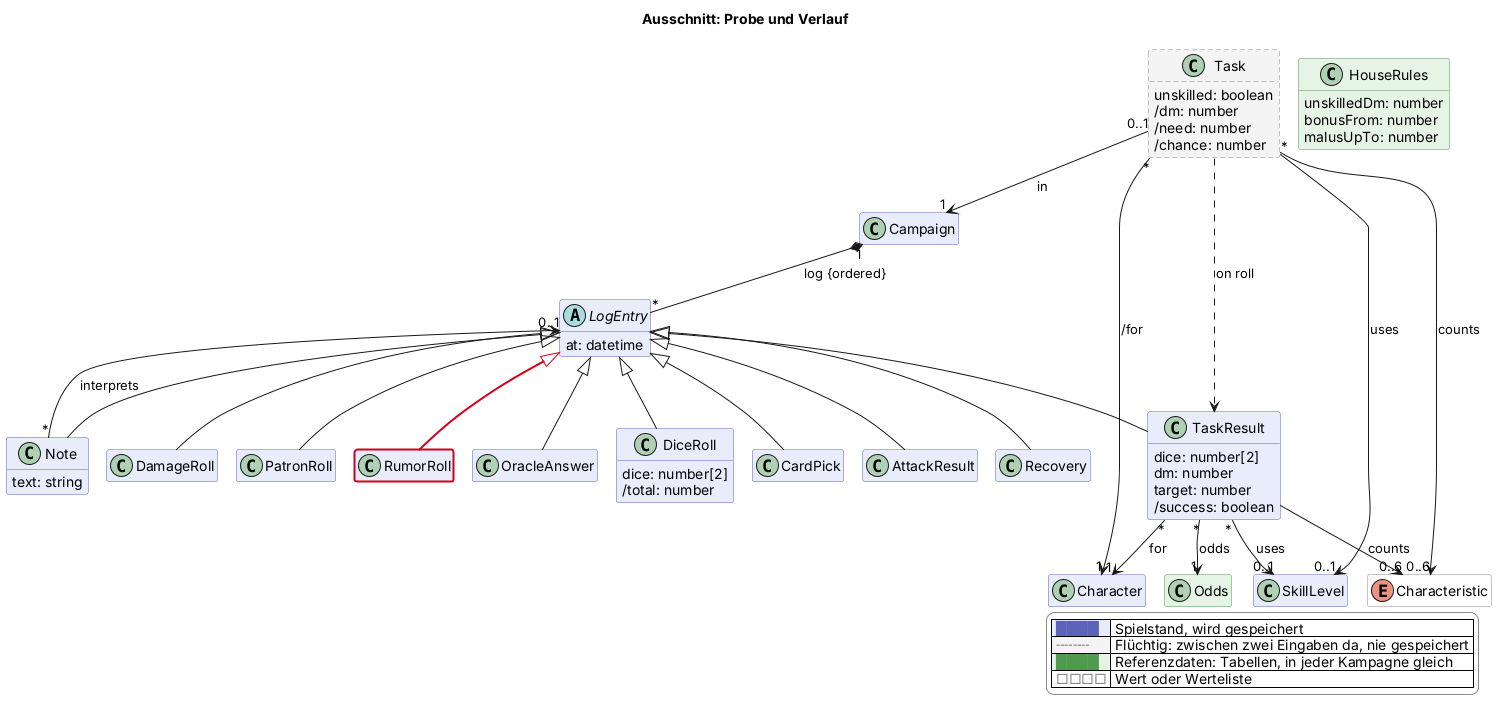
Earlier version of the PlantUML export docs/views/probe.png (scuzzar/SRE).
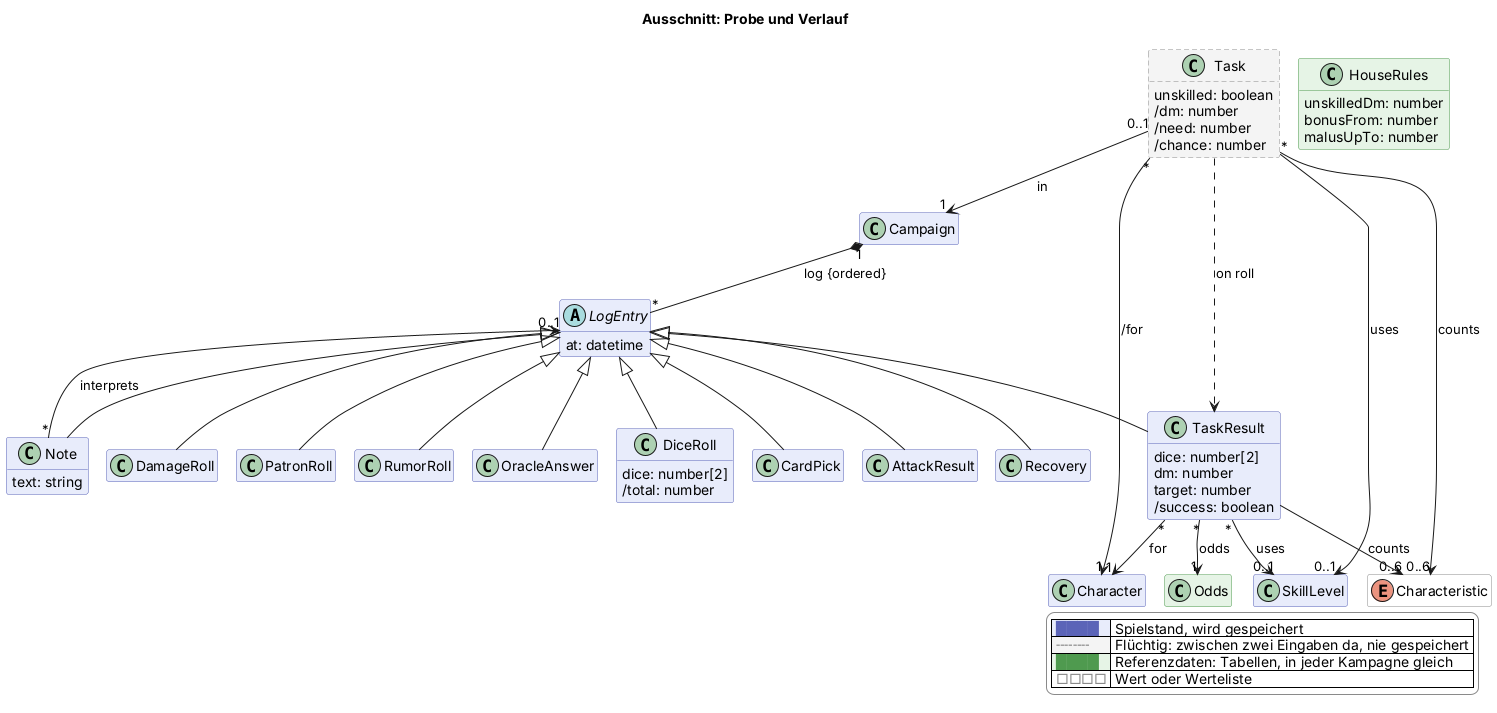
After the change.

What changed in the source:
```diff
@@ -85,7 +85,7 @@
     text: string
   }
   class PatronRoll $begegnung
-  class RumorRoll $begegnung $newClass("2026-11-12b")
+  class RumorRoll $begegnung
 
   class Task <<transient>> $probe {
     unskilled: boolean
@@ -127,7 +127,7 @@
 LogEntry <|-- Recovery
 LogEntry <|-- Note
 LogEntry <|-- PatronRoll
-LogEntry <|-$newArrow("2026-11-12b")- RumorRoll
+LogEntry <|-- RumorRoll
 Note "*" --> "0..1" LogEntry : interprets
 TaskResult "*" --> "1" Character : for
 TaskResult "*" --> "0..1" SkillLevel : uses
```
